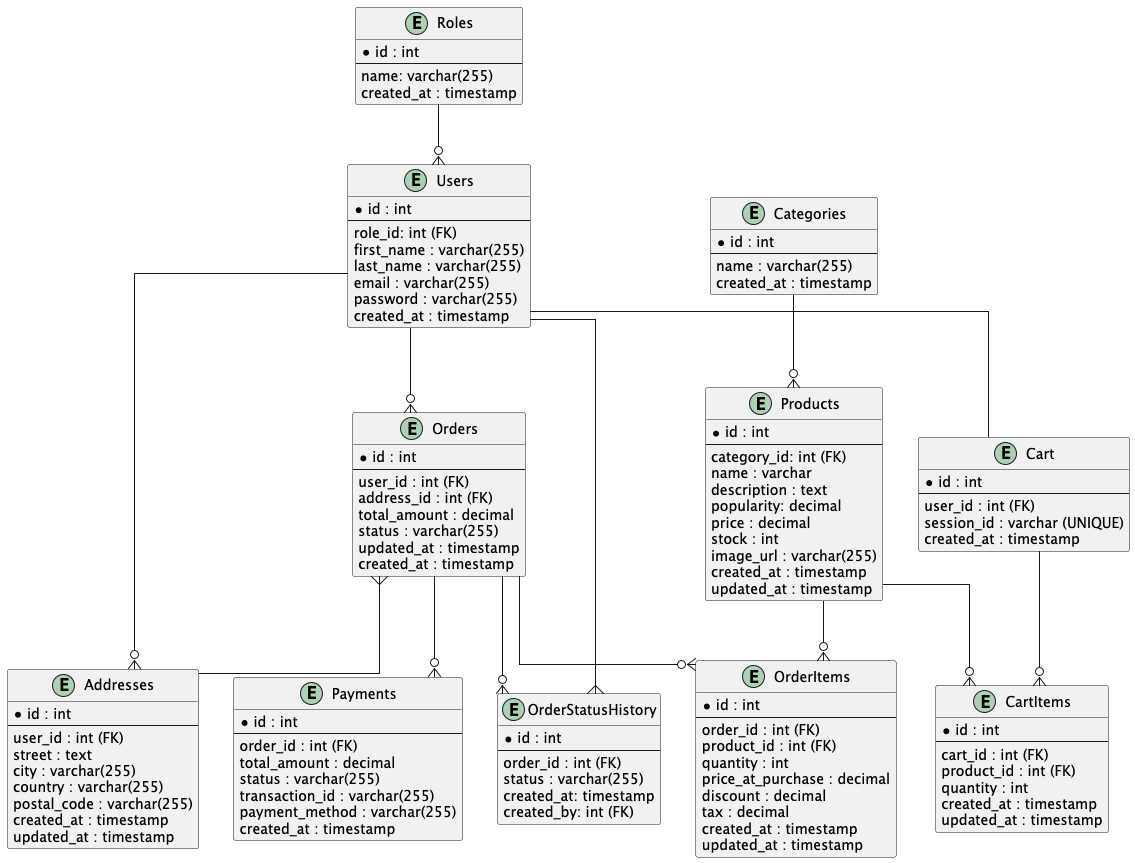
Earlier version of the PlantUML export docs/uml-diagrams/database-schema.png (dzhelt/shop-demo). The source it was exported from:
```plantuml
@startuml

skinparam linetype ortho
skinparam layout NewLine

entity "Users" {
  *id : int
  --
  role_id: int (FK)
  first_name : varchar(255)
  last_name : varchar(255)
  email : varchar(255)
  password : varchar(255)
  created_at : timestamp
}

entity "Roles" {
  *id : int
  --
  name: varchar(255)
  created_at : timestamp
}

entity "Products" {
  *id : int
  --
  category_id: int (FK)
  name : varchar
  description : text
  popularity: decimal
  price : decimal
  stock : int
  image_url : varchar(255)
  created_at : timestamp
  updated_at : timestamp
}

entity "Categories" {
  *id : int
  --
  name : varchar(255)
  created_at : timestamp
}

entity "Cart" {
  *id : int
  --
  user_id : int (FK)
  session_id : varchar (UNIQUE)
  created_at : timestamp
}

entity "CartItems" {
  *id : int
  --
  cart_id : int (FK)
  product_id : int (FK)
  quantity : int
  created_at : timestamp
  updated_at : timestamp
}

entity "Orders" {
  *id : int
  --
  user_id : int (FK)
  address_id : int (FK)
  total_amount : decimal
  status : varchar(255)
  updated_at : timestamp
  created_at : timestamp
}

entity "Addresses" {
  *id : int
  --
  user_id : int (FK)
  street : text
  city : varchar(255)
  country : varchar(255)
  postal_code : varchar(255)
  created_at : timestamp
  updated_at : timestamp
}

entity "OrderItems" {
  *id : int
  --
  order_id : int (FK)
  product_id : int (FK)
  quantity : int
  price_at_purchase : decimal
  discount : decimal
  tax : decimal
  created_at : timestamp
  updated_at : timestamp
}

entity "OrderStatusHistory" {
  *id : int
  --
  order_id : int (FK)
  status : varchar(255)
  created_at: timestamp
  created_by: int (FK)
}

entity "Payments" {
  *id : int
  --
  order_id : int (FK)
  total_amount : decimal
  status : varchar(255)
  transaction_id : varchar(255)
  payment_method : varchar(255)
  created_at : timestamp
}

Users --o{ Orders
Users -- Cart
Users --o{ Addresses
Roles --o{ Users
Cart --o{ CartItems
Orders --o{ OrderItems
Products --o{ OrderItems
Categories --o{ Products
Products --o{ CartItems
Orders --o{ Payments
Orders --o{ OrderStatusHistory
OrderStatusHistory }-- Users
Orders }--Addresses

Users -[hidden]-> Orders
Users -[hidden]-> Cart
Orders -[hidden]-> Payments
Cart -[hidden]-> CartItems
Products -[hidden]-> CartItems
Products -[hidden]-> OrderItems
Orders -[hidden]-> OrderItems
Orders -[hidden]-> OrderStatusHistory
Orders -[hidden]-> Addresses
Users -[hidden]-> Addresses


@enduml
```
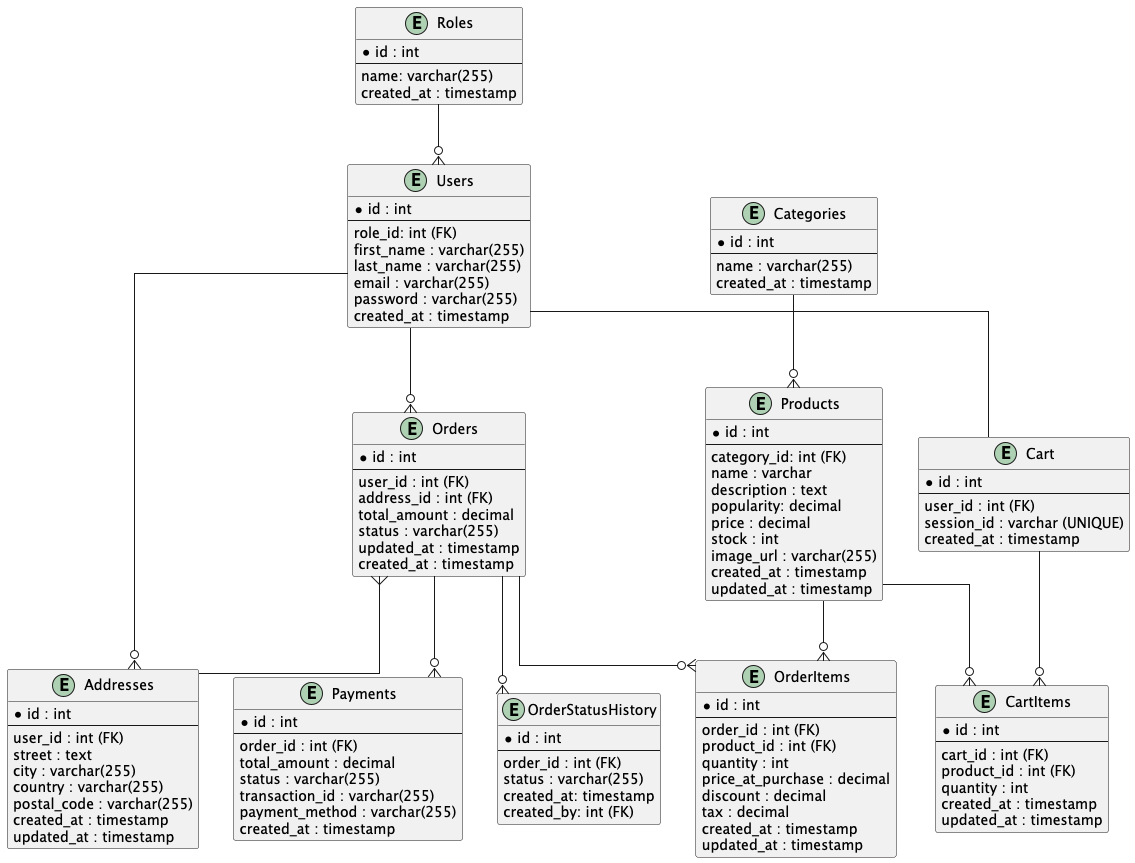
The same file after the commit.

The edit, as a diff of the source:
```diff
@@ -127,7 +127,6 @@
 Products --o{ CartItems
 Orders --o{ Payments
 Orders --o{ OrderStatusHistory
-OrderStatusHistory }-- Users
 Orders }--Addresses
 
 Users -[hidden]-> Orders
@@ -138,6 +137,7 @@
 Products -[hidden]-> OrderItems
 Orders -[hidden]-> OrderItems
 Orders -[hidden]-> OrderStatusHistory
+OrderStatusHistory -[hidden]-> Users
 Orders -[hidden]-> Addresses
 Users -[hidden]-> Addresses
 
```
